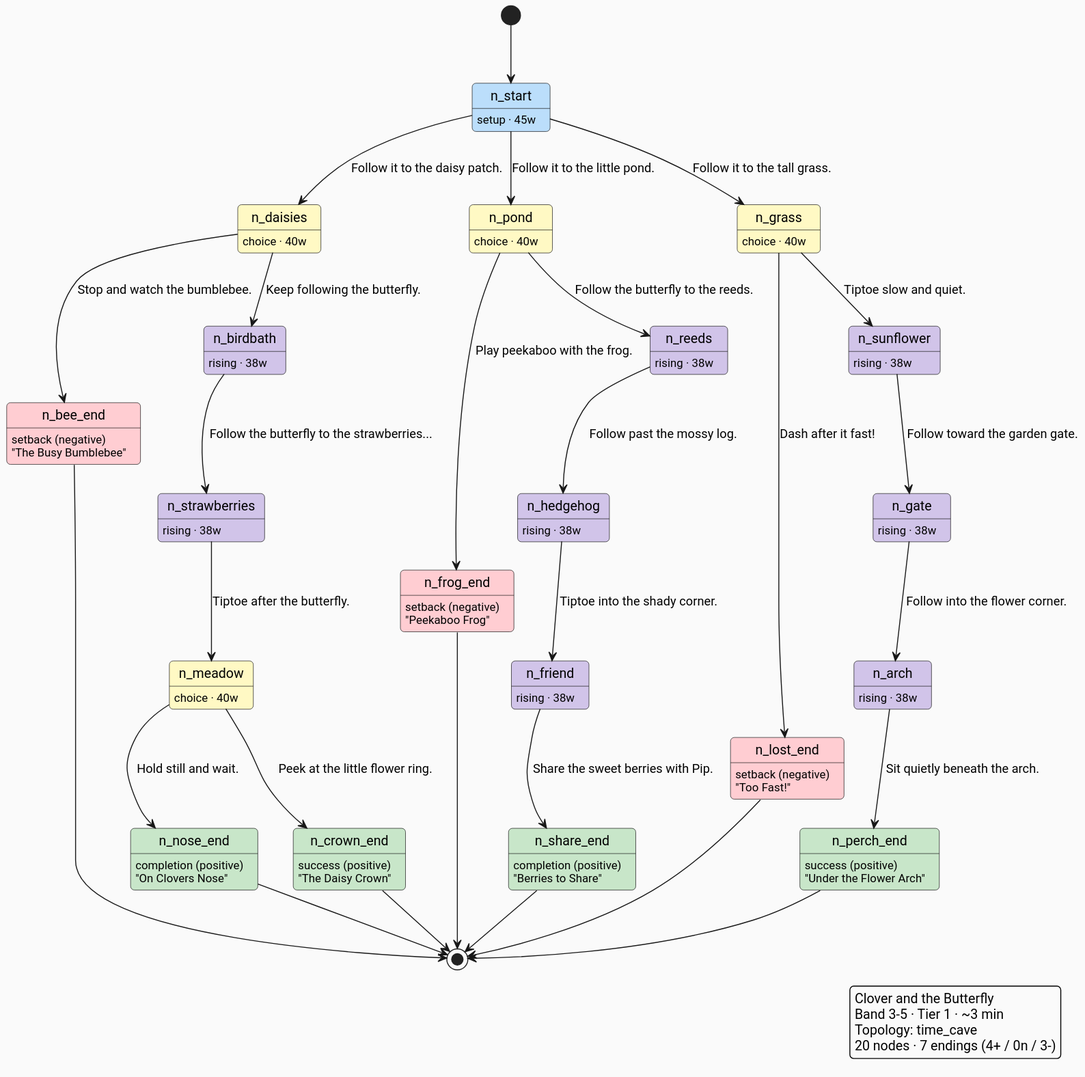
The PlantUML diagram docs/architecture/diagrams/skeletons/3-5/the-clover-and-the-butterfly.svg in ByronWilliamsCPA/cyo-adventure, before a commit.
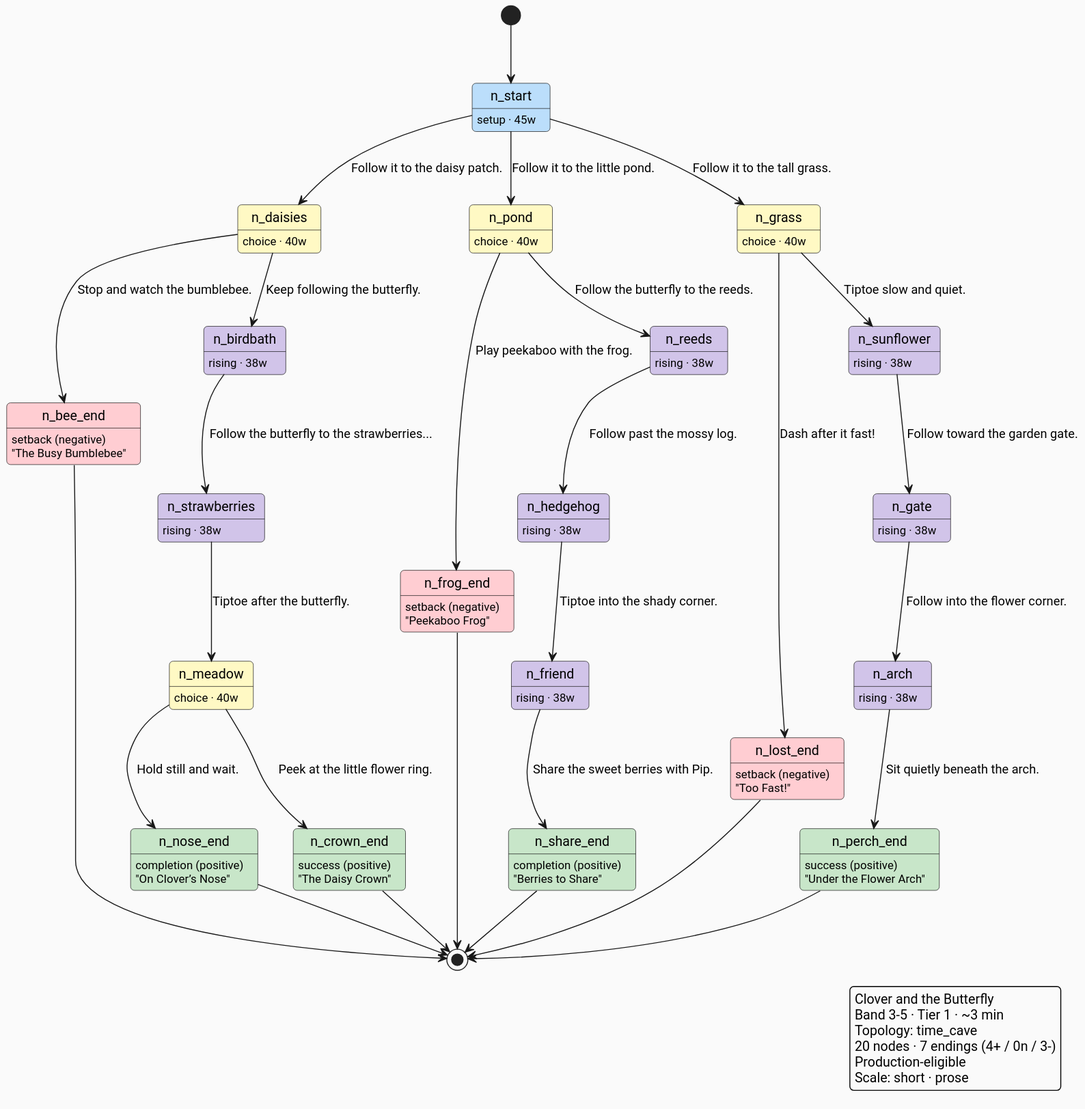
Above is the later version.

Diff of the diagram source:
```diff
@@ -20,7 +20,7 @@
 n_meadow : choice · 40w
 state n_nose_end #C8E6C9
 n_nose_end : completion (positive)
-n_nose_end : "On Clovers Nose"
+n_nose_end : "On Clover’s Nose"
 state n_crown_end #C8E6C9
 n_crown_end : success (positive)
 n_crown_end : "The Daisy Crown"
@@ -84,5 +84,7 @@
   Band 3-5 · Tier 1 · ~3 min
   Topology: time_cave
   20 nodes · 7 endings (4+ / 0n / 3-)
+  Production-eligible
+  Scale: short · prose
 endlegend
 @enduml
```
